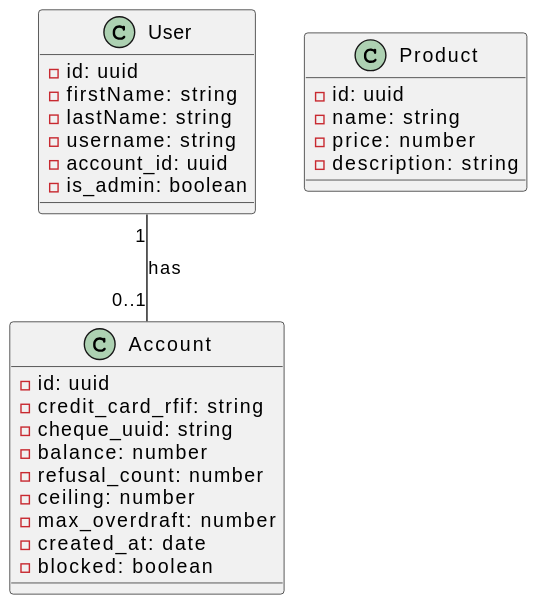
Msc1-NAN24/T-DEV-700 keeps this PlantUML diagram as diagram/Class.svg. Above is the earlier version.
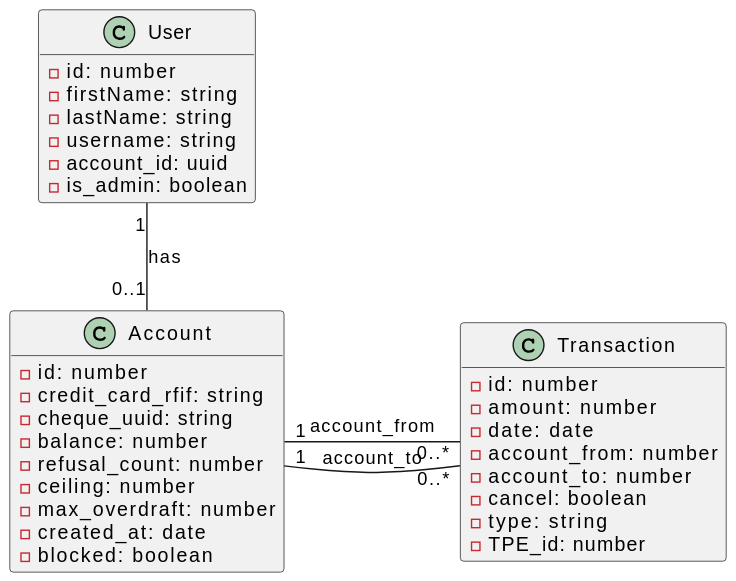
After the commit.

Change to the diagram source:
```diff
@@ -1,6 +1,8 @@
 @startuml
+hide methods
+
 class User {
-    - id: uuid
+    - id: number
     - firstName: string
     - lastName: string
     - username: string
@@ -9,7 +11,7 @@
 }
 
 class Account {
-    - id: uuid
+    - id: number
     - credit_card_rfif: string
     - cheque_uuid: string
     - balance: number
@@ -20,12 +22,19 @@
     - blocked: boolean
 }
 
-class Product {
-    - id: uuid
-    - name: string
-    - price: number
-    - description: string
+class Transaction {
+    - id: number
+    - amount: number
+    - date: date
+    - account_from: number
+    - account_to: number
+    - cancel: boolean
+    - type: string
+    - TPE_id: number
 }
 
 User "1" -- "0..1" Account : has
+Account "1" - "0..*" Transaction : account_from
+
+Account "1" - "0..*" Transaction : account_to
 @enduml
```
